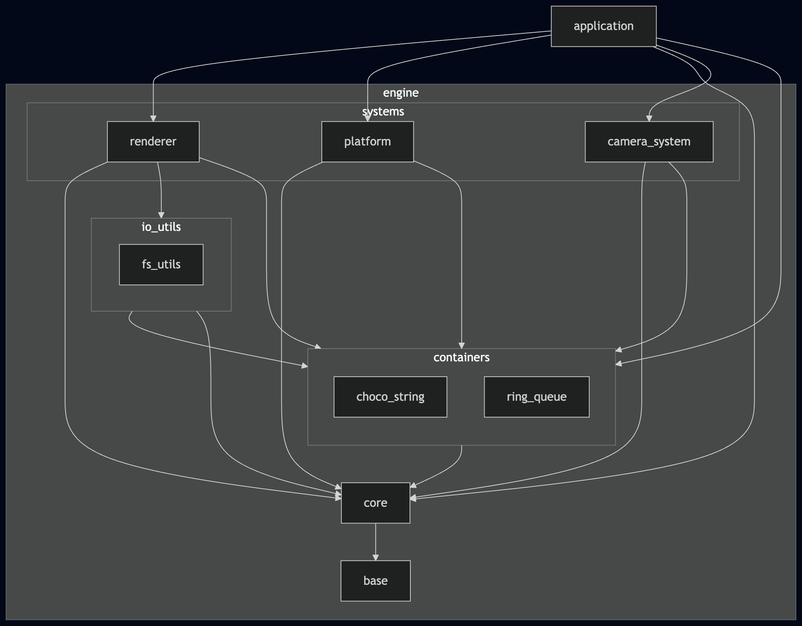
Earlier version of the Mermaid export docs/engine_overview.png (chocolate-pie24/gl_choco_engine). Its source is kept beside it as docs/engine_overview.mmd.
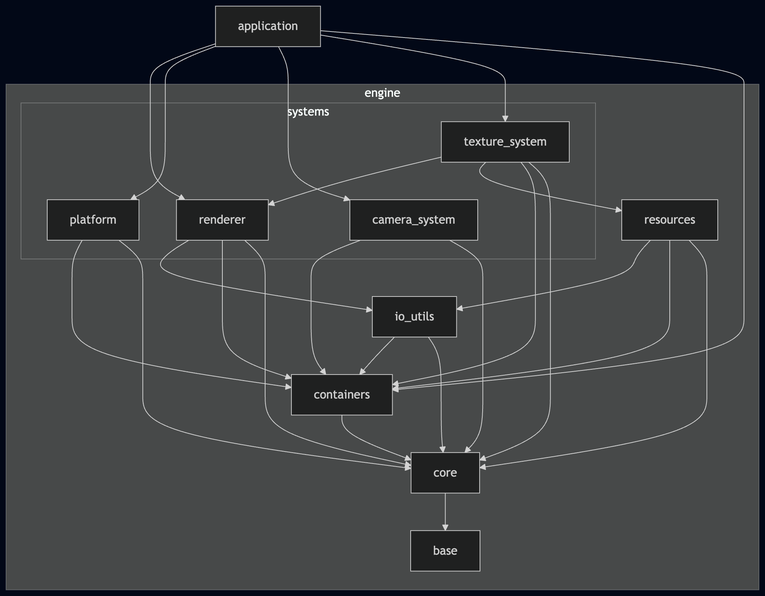
The same file after the commit.

Commit message:
docs: engine_overview更新

The edit, as a diff of the source:
```diff
@@ -6,36 +6,41 @@
       PLATFORM[platform]
       RENDERER[renderer]
       CAMERA_SYSTEM[camera_system]
+      TEXTURE_SYSTEM[texture_system]
     end
 
-    subgraph IO_UTILS[io_utils]
-      FS_UTILS[fs_utils]
-    end
-
-    subgraph CONTAINERS[containers]
-      direction TB
-      CHOCO_STRING[choco_string]
-      RING_QUEUE[ring_queue]
-    end
-
+    RESOURCES[resources]
+    IO_UTILS[io_utils]
+    CONTAINERS[containers]
     CORE[core]
     BASE[base]
   end
 
   APPLICATION --> RENDERER
   APPLICATION --> PLATFORM
-  APPLICATION --> CORE
+  APPLICATION --> CAMERA_SYSTEM
+  APPLICATION --> TEXTURE_SYSTEM
+
   APPLICATION --> CONTAINERS
-  APPLICATION --> CAMERA_SYSTEM
 
   PLATFORM --> CONTAINERS
   PLATFORM --> CORE
-  RENDERER --> CORE
+
   RENDERER --> IO_UTILS
   RENDERER --> CONTAINERS
+  RENDERER --> CORE
 
+  CAMERA_SYSTEM --> CONTAINERS
   CAMERA_SYSTEM --> CORE
-  CAMERA_SYSTEM --> CONTAINERS
+
+  TEXTURE_SYSTEM --> RENDERER
+  TEXTURE_SYSTEM --> RESOURCES
+  TEXTURE_SYSTEM --> CONTAINERS
+  TEXTURE_SYSTEM --> CORE
+
+  RESOURCES --> IO_UTILS
+  RESOURCES --> CONTAINERS
+  RESOURCES --> CORE
 
   IO_UTILS --> CONTAINERS
   IO_UTILS --> CORE
```
